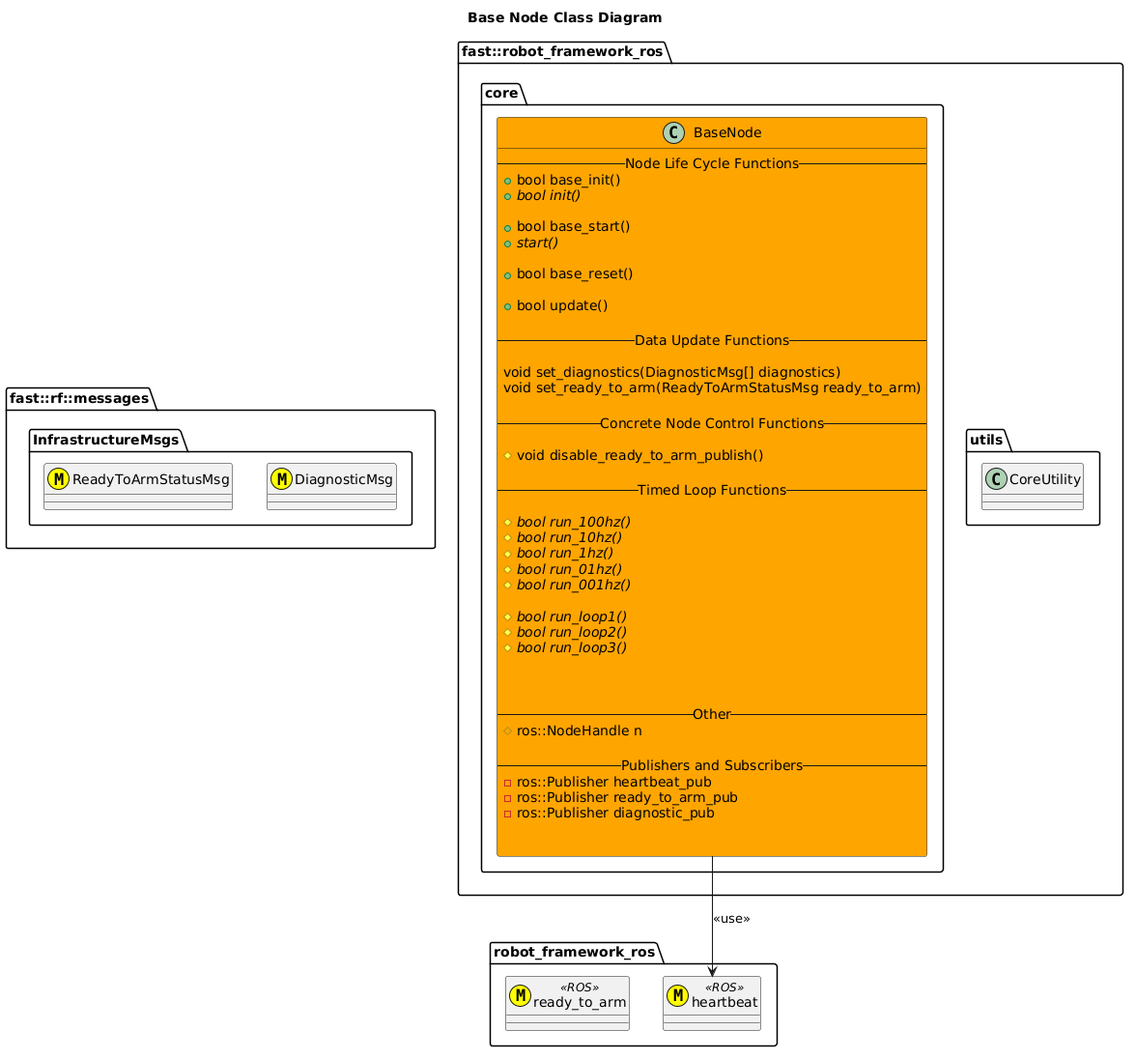
fastrobotics/robot_framework_ros keeps this PlantUML diagram as include/robot_framework_ros/doc/puml/BaseNodeClassDiagram.png. Above is the earlier version.
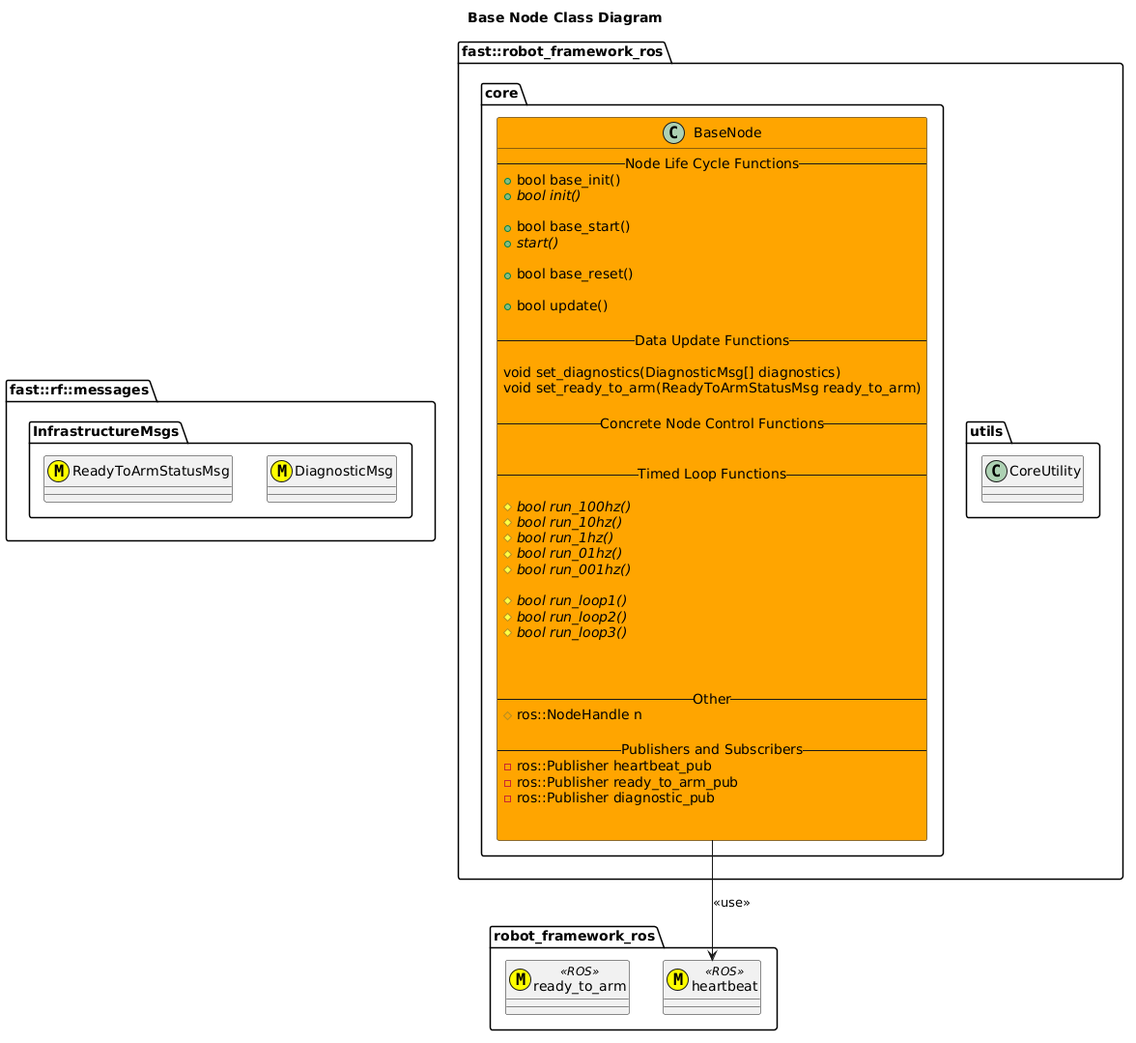
The same file after the commit.

The edit, as a diff of the source:
```diff
@@ -34,7 +34,6 @@
 
             --Concrete Node Control Functions--
 
-            #void disable_ready_to_arm_publish()
 
             --Timed Loop Functions--
 
```
